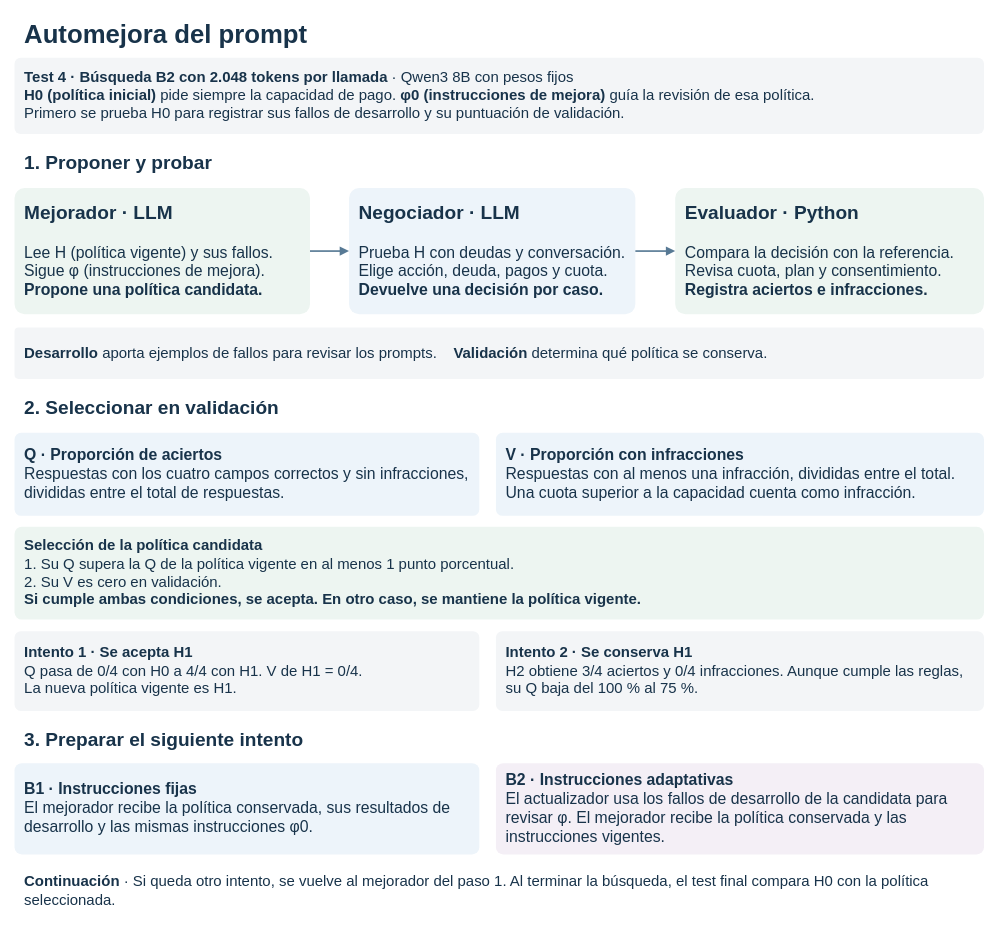
The draw.io diagram research/cases/case-0003-debt-negotiation/diagrams/learning-loop.drawio in jairzinhosantos/thinking-harness, before the edit. Source tidied: cells renumbered, new cells numbered last; positions are measured from the earlier drawing's top-left corner, leaving out a move shared by most shapes. Both pictures are drawn from the tidied source at 83%, with x=0, y=0 at pixel (14, 14).
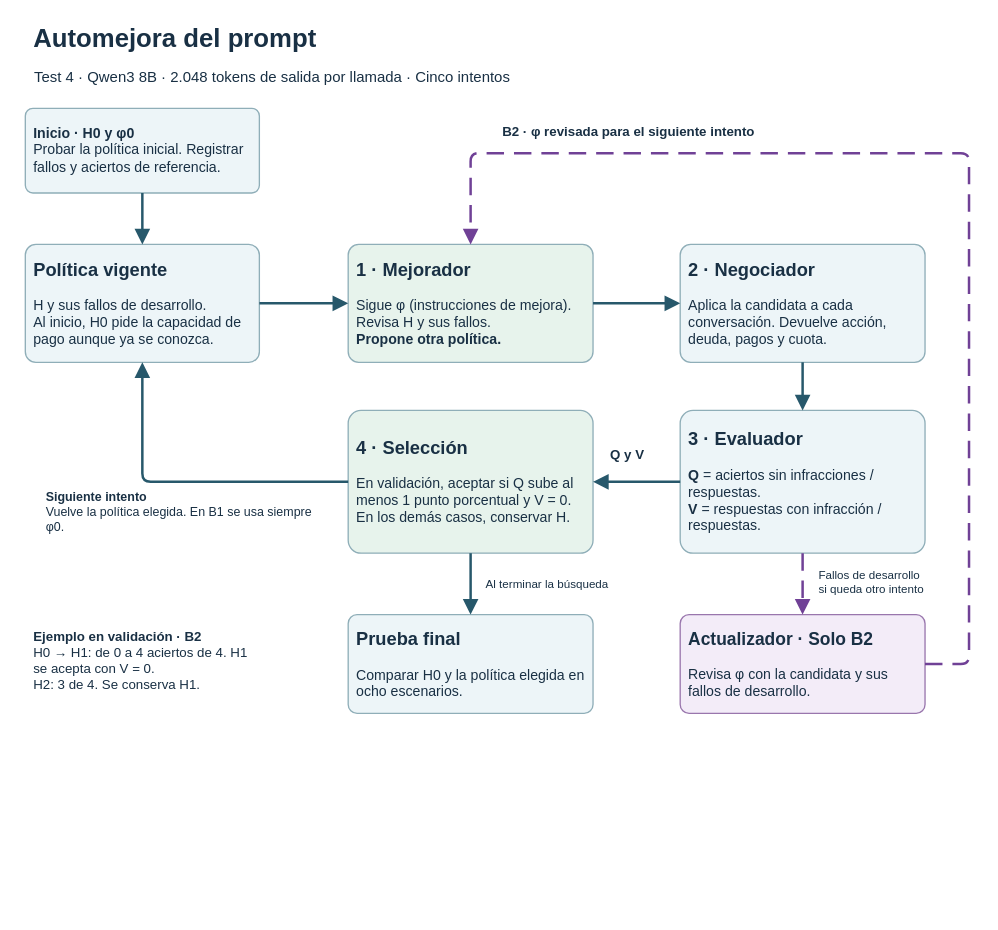
The same diagram, later.

Commit message (it also covers changes not shown here):
docs: connect improvement loop and trace each recorded run

Change to the diagram source:
```diff
@@
-    <mxCell id="2" value="&lt;b&gt;Automejora del prompt&lt;/b&gt;" style="rounded=1;arcSize=8;whiteSpace=wrap;html=1;fillColor=none;strokeColor=none;fontColor=#18334A;fontFamily=Arial;fontSize=31;align=left;verticalAlign=middle;spacing=12;" parent="1" vertex="1">
-      <mxGeometry width="1168" height="48" as="geometry" />
+    <mxCell id="2" value="&lt;b&gt;Automejora del prompt&lt;/b&gt;" style="rounded=1;arcSize=9;html=1;whiteSpace=wrap;fillColor=none;strokeColor=none;strokeWidth=1.6;fontColor=#193044;fontSize=31;fontFamily=Arial;align=left;verticalAlign=middle;spacing=10;" parent="1" vertex="1">
+      <mxGeometry x="13" y="4" width="700" height="50" as="geometry" />
     </mxCell>
-    <mxCell id="3" value="&lt;b&gt;Test 4 · Búsqueda B2 con 2.048 tokens por llamada&lt;/b&gt; · Qwen3 8B con pesos fijos&lt;br&gt;&lt;b&gt;H0 (política inicial)&lt;/b&gt; pide siempre la capacidad de pago. &lt;b&gt;φ0 (instrucciones de mejora)&lt;/b&gt; guía la revisión de esa política.&lt;br&gt;Primero se prueba H0 para registrar sus fallos de desarrollo y su puntuación de validación." style="rounded=1;arcSize=8;whiteSpace=wrap;html=1;fillColor=#F3F5F7;strokeColor=none;fontColor=#18334A;fontFamily=Arial;fontSize=18;align=left;verticalAlign=middle;spacing=12;" parent="1" vertex="1">
-      <mxGeometry y="52" width="1168" height="92" as="geometry" />
-    </mxCell>
-    <mxCell id="4" value="&lt;b&gt;1. Proponer y probar&lt;/b&gt;" style="rounded=1;arcSize=8;whiteSpace=wrap;html=1;fillColor=none;strokeColor=none;fontColor=#18334A;fontFamily=Arial;fontSize=23;align=left;verticalAlign=middle;spacing=12;" parent="1" vertex="1">
-      <mxGeometry y="155" width="1168" height="48" as="geometry" />
-    </mxCell>
-    <mxCell id="5" value="&lt;b style=&quot;font-size:23px&quot;&gt;Mejorador · LLM&lt;/b&gt;&lt;br&gt;&lt;br&gt;Lee H (política vigente) y sus fallos.&lt;br&gt;Sigue φ (instrucciones de mejora).&lt;br&gt;&lt;b&gt;Propone una política candidata.&lt;/b&gt;" style="rounded=1;arcSize=8;whiteSpace=wrap;html=1;fillColor=#EDF5F1;strokeColor=none;fontColor=#18334A;fontFamily=Arial;fontSize=19;align=left;verticalAlign=middle;spacing=12;" parent="1" vertex="1">
-      <mxGeometry y="209" width="356" height="152" as="geometry" />
-    </mxCell>
-    <mxCell id="6" value="&lt;b style=&quot;font-size:23px&quot;&gt;Negociador · LLM&lt;/b&gt;&lt;br&gt;&lt;br&gt;Prueba H con deudas y conversación.&lt;br&gt;Elige acción, deuda, pagos y cuota.&lt;br&gt;&lt;b&gt;Devuelve una decisión por caso.&lt;/b&gt;" style="rounded=1;arcSize=8;whiteSpace=wrap;html=1;fillColor=#EDF4FA;strokeColor=none;fontColor=#18334A;fontFamily=Arial;fontSize=19;align=left;verticalAlign=middle;spacing=12;" parent="1" vertex="1">
-      <mxGeometry x="403" y="209" width="345" height="152" as="geometry" />
-    </mxCell>
+    <mxCell id="21" value="Test 4 · Qwen3 8B · 2.048 tokens de salida por llamada · Cinco intentos" style="rounded=1;arcSize=9;html=1;whiteSpace=wrap;fillColor=none;strokeColor=none;strokeWidth=1.6;fontColor=#193044;fontSize=18;fontFamily=Arial;align=left;verticalAlign=middle;spacing=10;" parent="1" vertex="1">
+      <mxGeometry x="14" y="56" width="1120" height="40" as="geometry" />
+    </mxCell>
+    <mxCell id="22" value="&lt;b&gt;Inicio · H0 y φ0&lt;/b&gt;&lt;br&gt;Probar la política inicial. Registrar fallos y aciertos de referencia." style="rounded=1;arcSize=9;html=1;whiteSpace=wrap;fillColor=#EDF5F8;strokeColor=#8FAEB8;strokeWidth=1.6;fontColor=#193044;fontSize=17;fontFamily=Arial;align=left;verticalAlign=middle;spacing=10;" parent="1" vertex="1">
+      <mxGeometry x="13" y="113" width="282" height="102" as="geometry" />
+    </mxCell>
+    <mxCell id="23" value="&lt;b style=&quot;font-size:22px&quot;&gt;Política vigente&lt;/b&gt;&lt;br&gt;&lt;br&gt;H y sus fallos de desarrollo.&lt;br&gt;Al inicio, H0 pide la capacidad de pago aunque ya se conozca." style="rounded=1;arcSize=9;html=1;whiteSpace=wrap;fillColor=#EDF5F8;strokeColor=#8FAEB8;strokeWidth=1.6;fontColor=#193044;fontSize=17;fontFamily=Arial;align=left;verticalAlign=middle;spacing=10;" parent="1" vertex="1">
+      <mxGeometry x="13" y="277" width="282" height="142" as="geometry" />
+    </mxCell>
+    <mxCell id="24" value="&lt;b style=&quot;font-size:22px&quot;&gt;1 · Mejorador&lt;/b&gt;&lt;br&gt;&lt;br&gt;Sigue φ (instrucciones de mejora). Revisa H y sus fallos.&lt;br&gt;&lt;b&gt;Propone otra política.&lt;/b&gt;" style="rounded=1;arcSize=9;html=1;whiteSpace=wrap;fillColor=#E7F3EC;strokeColor=#8FAEB8;strokeWidth=1.6;fontColor=#193044;fontSize=17;fontFamily=Arial;align=left;verticalAlign=middle;spacing=10;" parent="1" vertex="1">
+      <mxGeometry x="402" y="277" width="295" height="142" as="geometry" />
+    </mxCell>
+    <mxCell id="25" value="&lt;b style=&quot;font-size:22px&quot;&gt;2 · Negociador&lt;/b&gt;&lt;br&gt;&lt;br&gt;Aplica la candidata a cada conversación. Devuelve acción, deuda, pagos y cuota." style="rounded=1;arcSize=9;html=1;whiteSpace=wrap;fillColor=#EDF5F8;strokeColor=#8FAEB8;strokeWidth=1.6;fontColor=#193044;fontSize=17;fontFamily=Arial;align=left;verticalAlign=middle;spacing=10;" parent="1" vertex="1">
+      <mxGeometry x="802" y="277" width="295" height="142" as="geometry" />
+    </mxCell>
-    <mxCell id="7" value="&lt;b style=&quot;font-size:23px&quot;&gt;Evaluador · Python&lt;/b&gt;&lt;br&gt;&lt;br&gt;Compara la decisión con la referencia.&lt;br&gt;Revisa cuota, plan y consentimiento.&lt;br&gt;&lt;b&gt;Registra aciertos e infracciones.&lt;/b&gt;" style="rounded=1;arcSize=8;whiteSpace=wrap;html=1;fillColor=#EDF5F1;strokeColor=none;fontColor=#18334A;fontFamily=Arial;fontSize=19;align=left;verticalAlign=middle;spacing=12;" parent="1" vertex="1">
-      <mxGeometry x="796" y="209" width="372" height="152" as="geometry" />
+    <mxCell id="7" value="&lt;b style=&quot;font-size:22px&quot;&gt;3 · Evaluador&lt;/b&gt;&lt;br&gt;&lt;br&gt;&lt;b&gt;Q&lt;/b&gt; = aciertos sin infracciones / respuestas.&lt;br&gt;&lt;b&gt;V&lt;/b&gt; = respuestas con infracción / respuestas." style="rounded=1;arcSize=9;html=1;whiteSpace=wrap;fillColor=#EDF5F8;strokeColor=#8FAEB8;strokeWidth=1.6;fontColor=#193044;fontSize=17;fontFamily=Arial;align=left;verticalAlign=middle;spacing=10;" parent="1" vertex="1">
+      <mxGeometry x="802" y="477" width="295" height="172" as="geometry" />
     </mxCell>
-    <mxCell id="8" style="edgeStyle=orthogonalEdgeStyle;exitX=1;exitY=0.5;entryX=0;entryY=0.5;endArrow=block;endFill=1;strokeColor=#577994;strokeWidth=2;" parent="1" edge="1" source="5" target="6">
-      <mxGeometry relative="1" as="geometry" />
-    </mxCell>
-    <mxCell id="9" style="edgeStyle=orthogonalEdgeStyle;exitX=1;exitY=0.5;entryX=0;entryY=0.5;endArrow=block;endFill=1;strokeColor=#577994;strokeWidth=2;" parent="1" edge="1" source="6" target="7">
-      <mxGeometry relative="1" as="geometry" />
-    </mxCell>
-    <mxCell id="10" value="&lt;b&gt;Desarrollo&lt;/b&gt; aporta ejemplos de fallos para revisar los prompts. &amp;nbsp;&amp;nbsp; &lt;b&gt;Validación&lt;/b&gt; determina qué política se conserva." style="rounded=1;arcSize=8;whiteSpace=wrap;html=1;fillColor=#F3F5F7;strokeColor=none;fontColor=#18334A;fontFamily=Arial;fontSize=18;align=left;verticalAlign=middle;spacing=12;" parent="1" vertex="1">
-      <mxGeometry y="377" width="1168" height="62" as="geometry" />
-    </mxCell>
-    <mxCell id="11" value="&lt;b&gt;2. Seleccionar en validación&lt;/b&gt;" style="rounded=1;arcSize=8;whiteSpace=wrap;html=1;fillColor=none;strokeColor=none;fontColor=#18334A;fontFamily=Arial;fontSize=23;align=left;verticalAlign=middle;spacing=12;" parent="1" vertex="1">
-      <mxGeometry y="450" width="1168" height="48" as="geometry" />
-    </mxCell>
-    <mxCell id="12" value="&lt;b&gt;Q · Proporción de aciertos&lt;/b&gt;&lt;br&gt;Respuestas con los cuatro campos correctos y sin infracciones, divididas entre el total de respuestas." style="rounded=1;arcSize=8;whiteSpace=wrap;html=1;fillColor=#EDF4FA;strokeColor=none;fontColor=#18334A;fontFamily=Arial;fontSize=19;align=left;verticalAlign=middle;spacing=12;" parent="1" vertex="1">
-      <mxGeometry y="504" width="560" height="100" as="geometry" />
-    </mxCell>
-    <mxCell id="13" value="&lt;b&gt;V · Proporción con infracciones&lt;/b&gt;&lt;br&gt;Respuestas con al menos una infracción, divididas entre el total. Una cuota superior a la capacidad cuenta como infracción." style="rounded=1;arcSize=8;whiteSpace=wrap;html=1;fillColor=#EDF4FA;strokeColor=none;fontColor=#18334A;fontFamily=Arial;fontSize=19;align=left;verticalAlign=middle;spacing=12;" parent="1" vertex="1">
-      <mxGeometry x="580" y="504" width="588" height="100" as="geometry" />
-    </mxCell>
-    <mxCell id="14" value="&lt;b&gt;Selección de la política candidata&lt;/b&gt;&lt;br&gt;1. Su Q supera la Q de la política vigente en al menos 1 punto porcentual.&lt;br&gt;2. Su V es cero en validación.&lt;br&gt;&lt;b&gt;Si cumple ambas condiciones, se acepta. En otro caso, se mantiene la política vigente.&lt;/b&gt;" style="rounded=1;arcSize=8;whiteSpace=wrap;html=1;fillColor=#EDF5F1;strokeColor=none;fontColor=#18334A;fontFamily=Arial;fontSize=18;align=left;verticalAlign=middle;spacing=12;" parent="1" vertex="1">
-      <mxGeometry y="617" width="1168" height="112" as="geometry" />
-    </mxCell>
-    <mxCell id="15" value="&lt;b&gt;Intento 1 · Se acepta H1&lt;/b&gt;&lt;br&gt;Q pasa de 0/4 con H0 a 4/4 con H1. V de H1 = 0/4.&lt;br&gt;La nueva política vigente es H1." style="rounded=1;arcSize=8;whiteSpace=wrap;html=1;fillColor=#F3F5F7;strokeColor=none;fontColor=#18334A;fontFamily=Arial;fontSize=18;align=left;verticalAlign=middle;spacing=12;" parent="1" vertex="1">
-      <mxGeometry y="743" width="560" height="96" as="geometry" />
-    </mxCell>
-    <mxCell id="16" value="&lt;b&gt;Intento 2 · Se conserva H1&lt;/b&gt;&lt;br&gt;H2 obtiene 3/4 aciertos y 0/4 infracciones. Aunque cumple las reglas, su Q baja del 100 % al 75 %." style="rounded=1;arcSize=8;whiteSpace=wrap;html=1;fillColor=#F3F5F7;strokeColor=none;fontColor=#18334A;fontFamily=Arial;fontSize=18;align=left;verticalAlign=middle;spacing=12;" parent="1" vertex="1">
-      <mxGeometry x="580" y="743" width="588" height="96" as="geometry" />
-    </mxCell>
-    <mxCell id="17" value="&lt;b&gt;3. Preparar el siguiente intento&lt;/b&gt;" style="rounded=1;arcSize=8;whiteSpace=wrap;html=1;fillColor=none;strokeColor=none;fontColor=#18334A;fontFamily=Arial;fontSize=23;align=left;verticalAlign=middle;spacing=12;" parent="1" vertex="1">
-      <mxGeometry y="850" width="1168" height="48" as="geometry" />
-    </mxCell>
-    <mxCell id="18" value="&lt;b&gt;B1 · Instrucciones fijas&lt;/b&gt;&lt;br&gt;El mejorador recibe la política conservada, sus resultados de desarrollo y las mismas instrucciones φ0." style="rounded=1;arcSize=8;whiteSpace=wrap;html=1;fillColor=#EDF4FA;strokeColor=none;fontColor=#18334A;fontFamily=Arial;fontSize=19;align=left;verticalAlign=middle;spacing=12;" parent="1" vertex="1">
-      <mxGeometry y="902" width="560" height="110" as="geometry" />
-    </mxCell>
-    <mxCell id="19" value="&lt;b&gt;B2 · Instrucciones adaptativas&lt;/b&gt;&lt;br&gt;El actualizador usa los fallos de desarrollo de la candidata para revisar φ. El mejorador recibe la política conservada y las instrucciones vigentes." style="rounded=1;arcSize=8;whiteSpace=wrap;html=1;fillColor=#F4EFF6;strokeColor=none;fontColor=#18334A;fontFamily=Arial;fontSize=19;align=left;verticalAlign=middle;spacing=12;" parent="1" vertex="1">
-      <mxGeometry x="580" y="902" width="588" height="110" as="geometry" />
-    </mxCell>
-    <mxCell id="20" value="&lt;b&gt;Continuación&lt;/b&gt; · Si queda otro intento, se vuelve al mejorador del paso 1. Al terminar la búsqueda, el test final compara H0 con la política seleccionada." style="rounded=1;arcSize=8;whiteSpace=wrap;html=1;fillColor=none;strokeColor=none;fontColor=#18334A;fontFamily=Arial;fontSize=18;align=left;verticalAlign=middle;spacing=12;" parent="1" vertex="1">
-      <mxGeometry y="1025" width="1168" height="62" as="geometry" />
-    </mxCell>
+    <mxCell id="26" value="&lt;b style=&quot;font-size:22px&quot;&gt;4 · Selección&lt;/b&gt;&lt;br&gt;&lt;br&gt;En validación, aceptar si Q sube al menos 1 punto porcentual y V = 0. En los demás casos, conservar H." style="rounded=1;arcSize=9;html=1;whiteSpace=wrap;fillColor=#E7F3EC;strokeColor=#8FAEB8;strokeWidth=1.6;fontColor=#193044;fontSize=17;fontFamily=Arial;align=left;verticalAlign=middle;spacing=10;" parent="1" vertex="1">
+      <mxGeometry x="402" y="477" width="295" height="172" as="geometry" />
+    </mxCell>
+    <mxCell id="27" value="&lt;b style=&quot;font-size:22px&quot;&gt;Prueba final&lt;/b&gt;&lt;br&gt;&lt;br&gt;Comparar H0 y la política elegida en ocho escenarios." style="rounded=1;arcSize=9;html=1;whiteSpace=wrap;fillColor=#EDF5F8;strokeColor=#8FAEB8;strokeWidth=1.6;fontColor=#193044;fontSize=17;fontFamily=Arial;align=left;verticalAlign=middle;spacing=10;" parent="1" vertex="1">
+      <mxGeometry x="402" y="723" width="295" height="119" as="geometry" />
+    </mxCell>
+    <mxCell id="28" value="&lt;b style=&quot;font-size:21px&quot;&gt;Actualizador · Solo B2&lt;/b&gt;&lt;br&gt;&lt;br&gt;Revisa φ con la candidata y sus fallos de desarrollo." style="rounded=1;arcSize=9;html=1;whiteSpace=wrap;fillColor=#F3ECF8;strokeColor=#9976AD;strokeWidth=1.6;fontColor=#193044;fontSize=17;fontFamily=Arial;align=left;verticalAlign=middle;spacing=10;" parent="1" vertex="1">
+      <mxGeometry x="802" y="723" width="295" height="119" as="geometry" />
+    </mxCell>
+    <mxCell id="29" style="edgeStyle=none;rounded=1;html=1;endArrow=block;endSize=11;endFill=1;strokeWidth=3;strokeColor=#27586B;exitX=0.5;exitY=1;entryX=0.5;entryY=0;" parent="1" edge="1" source="22" target="23">
+      <mxGeometry relative="1" as="geometry" />
+    </mxCell>
+    <mxCell id="30" style="edgeStyle=none;rounded=1;html=1;endArrow=block;endSize=11;endFill=1;strokeWidth=3;strokeColor=#27586B;exitX=1;exitY=0.5;entryX=0;entryY=0.5;" parent="1" edge="1" source="23" target="24">
+      <mxGeometry relative="1" as="geometry" />
+    </mxCell>
+    <mxCell id="31" style="edgeStyle=none;rounded=1;html=1;endArrow=block;endSize=11;endFill=1;strokeWidth=3;strokeColor=#27586B;exitX=1;exitY=0.5;entryX=0;entryY=0.5;" parent="1" edge="1" source="24" target="25">
+      <mxGeometry relative="1" as="geometry" />
+    </mxCell>
+    <mxCell id="32" style="edgeStyle=none;rounded=1;html=1;endArrow=block;endSize=11;endFill=1;strokeWidth=3;strokeColor=#27586B;exitX=0.5;exitY=1;entryX=0.5;entryY=0;" parent="1" edge="1" source="25" target="7">
+      <mxGeometry relative="1" as="geometry" />
+    </mxCell>
+    <mxCell id="33" style="edgeStyle=none;rounded=1;html=1;endArrow=block;endSize=11;endFill=1;strokeWidth=3;strokeColor=#27586B;exitX=0;exitY=0.5;entryX=1;entryY=0.5;" parent="1" edge="1" source="7" target="26">
+      <mxGeometry relative="1" as="geometry" />
+    </mxCell>
+    <mxCell id="34" style="edgeStyle=none;rounded=1;html=1;endArrow=block;endSize=11;endFill=1;strokeWidth=3;strokeColor=#27586B;exitX=0;exitY=0.5;entryX=0.5;entryY=1;" parent="1" edge="1" source="26" target="23">
+      <mxGeometry relative="1" as="geometry">
+        <Array as="points">
+          <mxPoint x="154" y="563" />
+        </Array>
+      </mxGeometry>
+    </mxCell>
+    <mxCell id="35" style="edgeStyle=none;rounded=1;html=1;endArrow=block;endSize=11;endFill=1;strokeWidth=3;strokeColor=#27586B;exitX=0.5;exitY=1;entryX=0.5;entryY=0;" parent="1" edge="1" source="26" target="27">
+      <mxGeometry relative="1" as="geometry" />
+    </mxCell>
+    <mxCell id="36" style="edgeStyle=none;rounded=1;html=1;endArrow=block;endSize=11;endFill=1;strokeWidth=3;strokeColor=#704196;exitX=0.5;exitY=1;entryX=0.5;entryY=0;dashed=1;dashPattern=7 4;" parent="1" edge="1" source="7" target="28">
+      <mxGeometry relative="1" as="geometry" />
+    </mxCell>
+    <mxCell id="37" style="edgeStyle=none;rounded=1;html=1;endArrow=block;endSize=11;endFill=1;strokeWidth=3;strokeColor=#704196;exitX=1;exitY=0.5;entryX=0.5;entryY=0;dashed=1;dashPattern=7 4;" parent="1" edge="1" source="28" target="24">
+      <mxGeometry relative="1" as="geometry">
+        <Array as="points">
+          <mxPoint x="1150" y="782.5" />
+          <mxPoint x="1150" y="167" />
+          <mxPoint x="549.5" y="167" />
+        </Array>
+      </mxGeometry>
+    </mxCell>
+    <mxCell id="38" value="&lt;b&gt;Siguiente intento&lt;/b&gt;&lt;br&gt;Vuelve la política elegida. En B1 se usa siempre φ0." style="rounded=1;arcSize=9;html=1;whiteSpace=wrap;fillColor=none;strokeColor=none;strokeWidth=1.6;fontColor=#193044;fontSize=15;fontFamily=Arial;align=left;verticalAlign=middle;spacing=10;" parent="1" vertex="1">
+      <mxGeometry x="28" y="568" width="348" height="61" as="geometry" />
+    </mxCell>
+    <mxCell id="39" value="&lt;b&gt;B2 · φ revisada para el siguiente intento&lt;/b&gt;" style="rounded=1;arcSize=9;html=1;whiteSpace=wrap;fillColor=none;strokeColor=none;strokeWidth=1.6;fontColor=#193044;fontSize=16;fontFamily=Arial;align=left;verticalAlign=middle;spacing=10;" parent="1" vertex="1">
+      <mxGeometry x="578" y="122" width="533" height="38" as="geometry" />
+    </mxCell>
+    <mxCell id="40" value="Al terminar la búsqueda" style="rounded=1;arcSize=9;html=1;whiteSpace=wrap;fillColor=none;strokeColor=none;strokeWidth=1.6;fontColor=#193044;fontSize=14;fontFamily=Arial;align=left;verticalAlign=middle;spacing=10;" parent="1" vertex="1">
+      <mxGeometry x="558" y="668" width="218" height="38" as="geometry" />
+    </mxCell>
+    <mxCell id="41" value="Fallos de desarrollo&lt;br&gt;si queda otro intento" style="rounded=1;arcSize=9;html=1;whiteSpace=wrap;fillColor=none;strokeColor=none;strokeWidth=1.6;fontColor=#193044;fontSize=14;fontFamily=Arial;align=left;verticalAlign=middle;spacing=10;" parent="1" vertex="1">
+      <mxGeometry x="959" y="654" width="175" height="58" as="geometry" />
+    </mxCell>
+    <mxCell id="42" value="&lt;b&gt;Q y V&lt;/b&gt;" style="rounded=1;arcSize=9;html=1;whiteSpace=wrap;fillColor=none;strokeColor=none;strokeWidth=1.6;fontColor=#193044;fontSize=16;fontFamily=Arial;align=left;verticalAlign=middle;spacing=21;" parent="1" vertex="1">
+      <mxGeometry x="697" y="506" width="105" height="48" as="geometry" />
+    </mxCell>
+    <mxCell id="43" value="&lt;b&gt;Ejemplo en validación · B2&lt;/b&gt;&lt;br&gt;H0 → H1: de 0 a 4 aciertos de 4. H1 se acepta con V = 0.&lt;br&gt;H2: 3 de 4. Se conserva H1." style="rounded=1;arcSize=9;html=1;whiteSpace=wrap;fillColor=none;strokeColor=none;strokeWidth=1.6;fontColor=#193044;fontSize=16;fontFamily=Arial;align=left;verticalAlign=middle;spacing=10;" parent="1" vertex="1">
+      <mxGeometry x="13" y="710" width="295" height="135" as="geometry" />
+    </mxCell>
```
